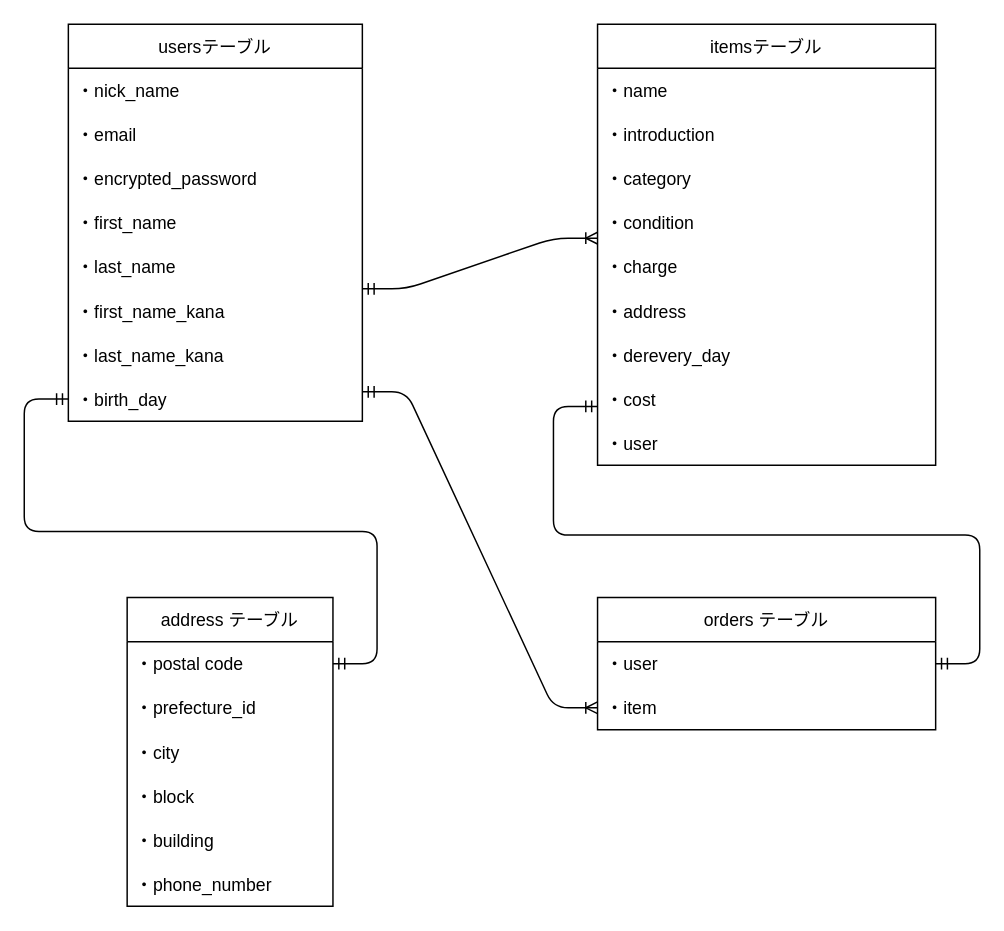
Before: test.dio in pecyanko/furima-38816, a draw.io diagram. Source tidied: cells renumbered, new cells numbered last; positions are measured from the earlier drawing's top-left corner, leaving out a move shared by most shapes. Both pictures are drawn from the tidied source at 147%, with x=0, y=0 at pixel (68, 24).
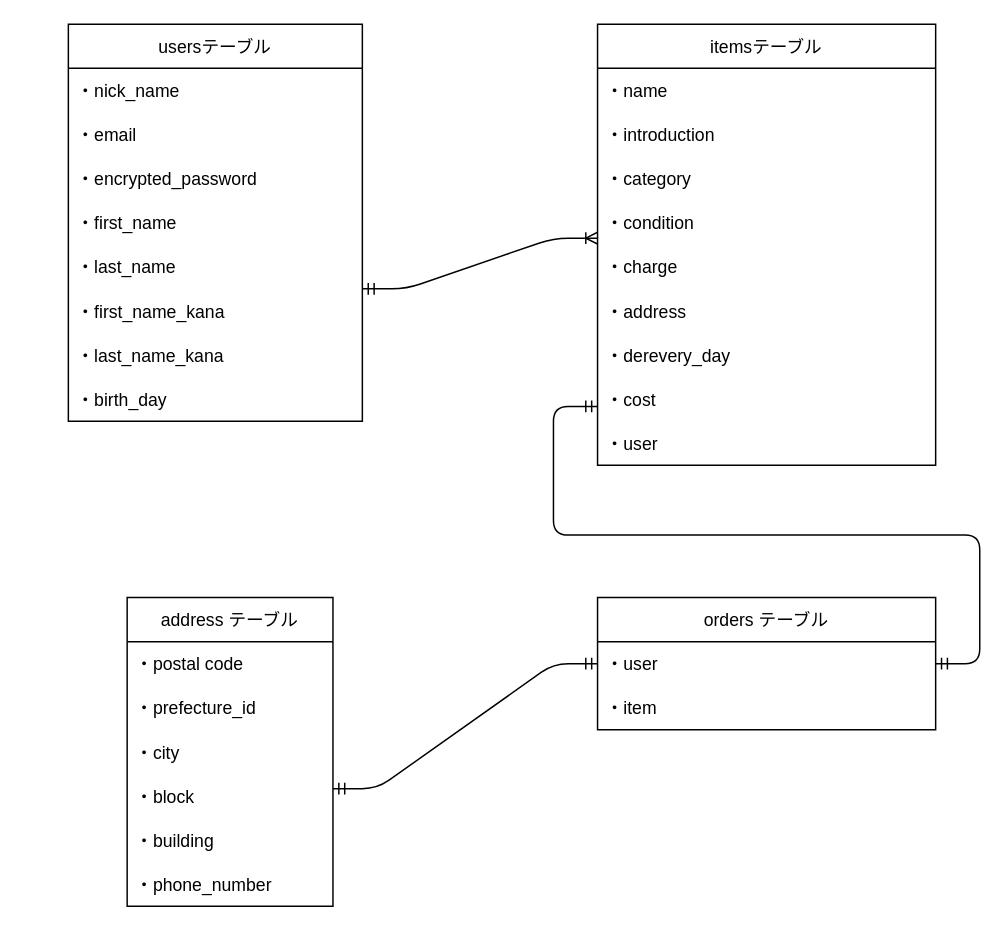
The same page after the edit.

The change refers to these unchanged cells:
```xml
<mxCell id="12" value="・postal code" style="text;strokeColor=none;fillColor=none;align=left;verticalAlign=middle;spacingLeft=4;spacingRight=4;overflow=hidden;points=[[0,0.5],[1,0.5]];portConstraint=eastwest;" parent="11" vertex="1">
  <mxGeometry y="30" width="140" height="30" as="geometry" />
</mxCell>
<mxCell id="29" value="・user" style="text;strokeColor=none;fillColor=none;align=left;verticalAlign=middle;spacingLeft=4;spacingRight=4;overflow=hidden;points=[[0,0.5],[1,0.5]];portConstraint=eastwest;" parent="28" vertex="1">
  <mxGeometry y="30" width="230" height="30" as="geometry" />
</mxCell>
<mxCell id="30" value="・item" style="text;strokeColor=none;fillColor=none;align=left;verticalAlign=middle;spacingLeft=4;spacingRight=4;overflow=hidden;points=[[0,0.5],[1,0.5]];portConstraint=eastwest;" parent="28" vertex="1">
  <mxGeometry y="60" width="230" height="30" as="geometry" />
</mxCell>
```

Diff of the diagram source:
```diff
@@
-    <mxCell id="32" style="edgeStyle=entityRelationEdgeStyle;fontSize=12;html=1;endArrow=ERmandOne;startArrow=ERmandOne;exitX=1;exitY=0.5;exitDx=0;exitDy=0;" parent="1" edge="1" source="12">
-      <mxGeometry relative="1" as="geometry">
-        <mxPoint y="255" as="targetPoint" />
-      </mxGeometry>
-    </mxCell>
@@
-    <mxCell id="34" style="edgeStyle=entityRelationEdgeStyle;fontSize=12;html=1;endArrow=ERoneToMany;startArrow=ERmandOne;entryX=0;entryY=0.5;entryDx=0;entryDy=0;" parent="1" edge="1" target="30">
-      <mxGeometry relative="1" as="geometry">
-        <mxPoint x="200" y="250" as="sourcePoint" />
-      </mxGeometry>
-    </mxCell>
+    <mxCell id="35" style="edgeStyle=entityRelationEdgeStyle;fontSize=12;html=1;endArrow=ERmandOne;startArrow=ERmandOne;entryX=0;entryY=0.5;entryDx=0;entryDy=0;" parent="1" edge="1" target="29">
+      <mxGeometry relative="1" as="geometry">
+        <mxPoint x="180" y="520" as="sourcePoint" />
+      </mxGeometry>
+    </mxCell>
```
